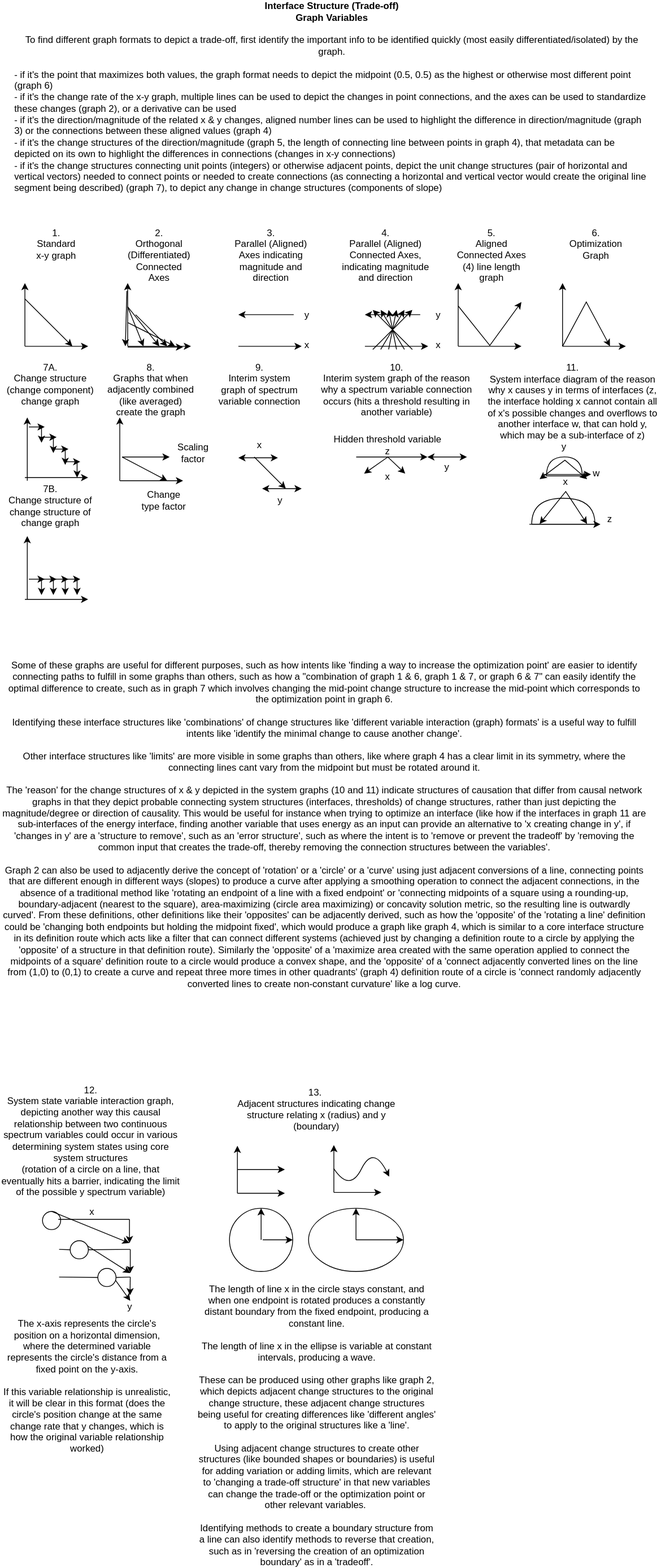
outdreamer/build-a-cure keeps this draw.io diagram as docs/objects/graph_variables.svg. Above is the earlier version. Source tidied: cells renumbered, new cells last; positions are measured from the earlier drawing's top-left corner, leaving out a move shared by most shapes.
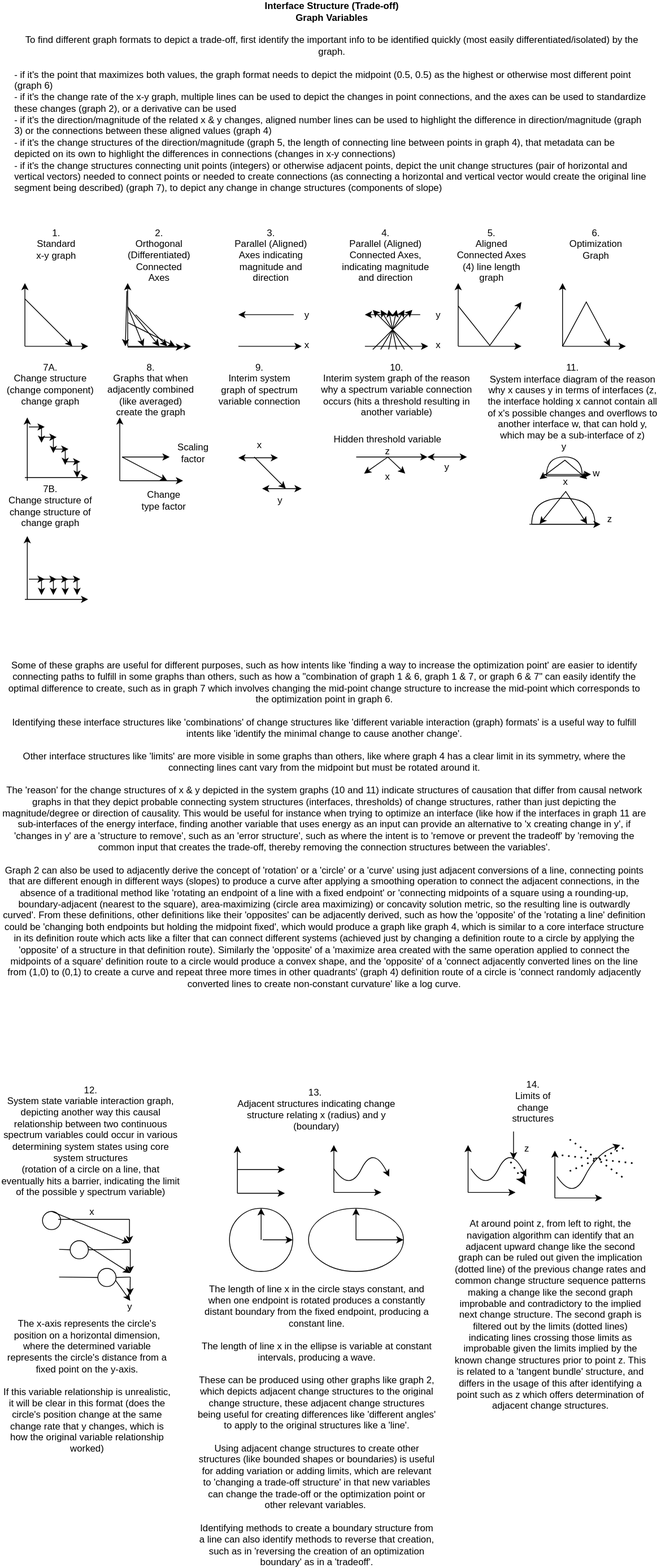
Later version of the same file.

Change to the diagram source:
```diff
@@ -635,5 +635,87 @@
         <mxPoint x="111" y="650" as="targetPoint" />
       </mxGeometry>
     </mxCell>
+    <mxCell id="126" style="endArrow=classic;html=1;rounded=0;" parent="1" edge="1">
+      <mxGeometry relative="1" as="geometry">
+        <mxPoint x="591.5" y="1400" as="sourcePoint" />
+        <mxPoint x="591.5" y="1340" as="targetPoint" />
+      </mxGeometry>
+    </mxCell>
+    <mxCell id="127" style="endArrow=classic;html=1;rounded=0;" parent="1" edge="1">
+      <mxGeometry relative="1" as="geometry">
+        <mxPoint x="591.5" y="1400" as="sourcePoint" />
+        <mxPoint x="651.5" y="1400" as="targetPoint" />
+      </mxGeometry>
+    </mxCell>
+    <mxCell id="128" style="curved=1;endArrow=classic;html=1;rounded=0;" parent="1" edge="1">
+      <mxGeometry relative="1" as="geometry">
+        <mxPoint x="595" y="1370" as="sourcePoint" />
+        <mxPoint x="665" y="1380" as="targetPoint" />
+        <Array as="points">
+          <mxPoint x="615" y="1400" />
+          <mxPoint x="645" y="1340" />
+        </Array>
+      </mxGeometry>
+    </mxCell>
+    <mxCell id="129" value="z" style="text;html=1;strokeColor=none;fillColor=none;align=center;verticalAlign=middle;whiteSpace=wrap;rounded=0;" parent="1" vertex="1">
+      <mxGeometry x="635.6" y="1330" width="60" height="30" as="geometry" />
+    </mxCell>
+    <mxCell id="130" value="14.&lt;br&gt;Limits of change structures" style="text;html=1;strokeColor=none;fillColor=none;align=center;verticalAlign=middle;whiteSpace=wrap;rounded=0;" parent="1" vertex="1">
+      <mxGeometry x="644" y="1270" width="60" height="30" as="geometry" />
+    </mxCell>
+    <mxCell id="131" value="At around point z, from left to right, the navigation algorithm can identify that an adjacent upward change like the second graph can be ruled out given the implication (dotted line) of the previous change rates and common change structure sequence patterns making a change like the second graph improbable and contradictory to the implied next change structure. The second graph is filtered out by the limits (dotted lines) indicating lines crossing those limits as improbable given the limits implied by the known change structures prior to point z. This is related to a 'tangent bundle' structure, and differs in the usage of this after identifying a point such as z which offers determination of adjacent change structures." style="text;html=1;strokeColor=none;fillColor=none;align=center;verticalAlign=middle;whiteSpace=wrap;rounded=0;" parent="1" vertex="1">
+      <mxGeometry x="571.8" y="1540" width="248" height="30" as="geometry" />
+    </mxCell>
+    <mxCell id="132" style="endArrow=classic;html=1;rounded=0;" parent="1" edge="1">
+      <mxGeometry relative="1" as="geometry">
+        <mxPoint x="649" y="1323" as="sourcePoint" />
+        <mxPoint x="649" y="1358" as="targetPoint" />
+      </mxGeometry>
+    </mxCell>
+    <mxCell id="133" style="curved=1;endArrow=classic;html=1;rounded=0;" parent="1" edge="1">
+      <mxGeometry relative="1" as="geometry">
+        <mxPoint x="704" y="1380" as="sourcePoint" />
+        <mxPoint x="784" y="1340" as="targetPoint" />
+        <Array as="points">
+          <mxPoint x="724" y="1410" />
+          <mxPoint x="754" y="1350" />
+        </Array>
+      </mxGeometry>
+    </mxCell>
+    <mxCell id="134" style="endArrow=classic;html=1;rounded=0;" parent="1" edge="1">
+      <mxGeometry relative="1" as="geometry">
+        <mxPoint x="701.2" y="1407" as="sourcePoint" />
+        <mxPoint x="701.2" y="1347" as="targetPoint" />
+      </mxGeometry>
+    </mxCell>
+    <mxCell id="135" style="endArrow=classic;html=1;rounded=0;" parent="1" edge="1">
+      <mxGeometry relative="1" as="geometry">
+        <mxPoint x="701.2" y="1407" as="sourcePoint" />
+        <mxPoint x="761.2" y="1407" as="targetPoint" />
+      </mxGeometry>
+    </mxCell>
+    <mxCell id="136" style="endArrow=none;dashed=1;html=1;dashPattern=1 3;strokeWidth=2;rounded=0;startArrow=classic;startFill=1;entryX=0.156;entryY=1.033;entryDx=0;entryDy=0;entryPerimeter=0;" parent="1" edge="1" target="129">
+      <mxGeometry relative="1" as="geometry">
+        <mxPoint x="664" y="1390" as="sourcePoint" />
+      </mxGeometry>
+    </mxCell>
+    <mxCell id="137" style="endArrow=none;dashed=1;html=1;dashPattern=1 3;strokeWidth=2;rounded=0;" parent="1" edge="1">
+      <mxGeometry relative="1" as="geometry">
+        <mxPoint x="720" y="1373" as="sourcePoint" />
+        <mxPoint x="790" y="1343" as="targetPoint" />
+      </mxGeometry>
+    </mxCell>
+    <mxCell id="138" style="endArrow=none;dashed=1;html=1;dashPattern=1 3;strokeWidth=2;rounded=0;" parent="1" edge="1">
+      <mxGeometry relative="1" as="geometry">
+        <mxPoint x="710" y="1353" as="sourcePoint" />
+        <mxPoint x="800" y="1363" as="targetPoint" />
+      </mxGeometry>
+    </mxCell>
+    <mxCell id="139" style="endArrow=none;dashed=1;html=1;dashPattern=1 3;strokeWidth=2;rounded=0;" parent="1" edge="1">
+      <mxGeometry relative="1" as="geometry">
+        <mxPoint x="720" y="1333" as="sourcePoint" />
+        <mxPoint x="790" y="1383" as="targetPoint" />
+      </mxGeometry>
+    </mxCell>
   </root>
 </mxGraphModel>
```
